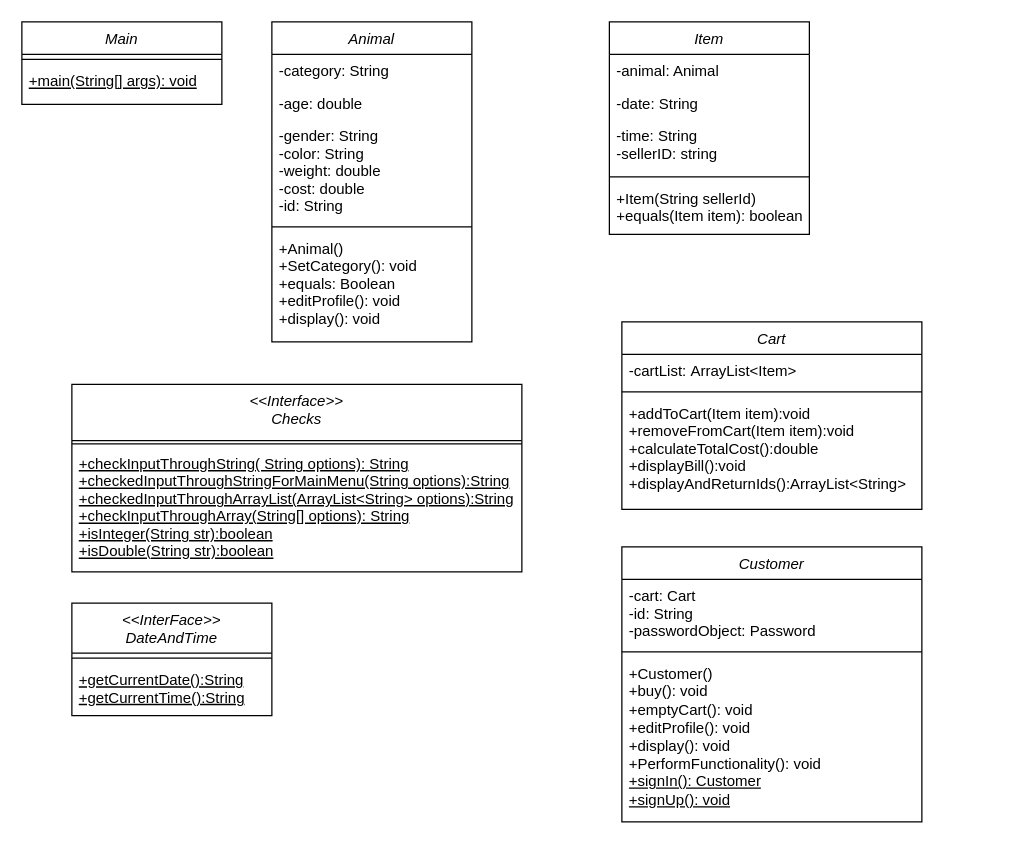
GitoPot/Analys_reflektion keeps this draw.io diagram as Diagram/ Analys_reflektion.drawio. Above is the earlier version. Source tidied: cells renumbered, new cells numbered last; positions are measured from the earlier drawing's top-left corner, leaving out a move shared by most shapes. Both pictures are drawn from the tidied source at 125%, with x=0, y=0 at pixel (21, 21).
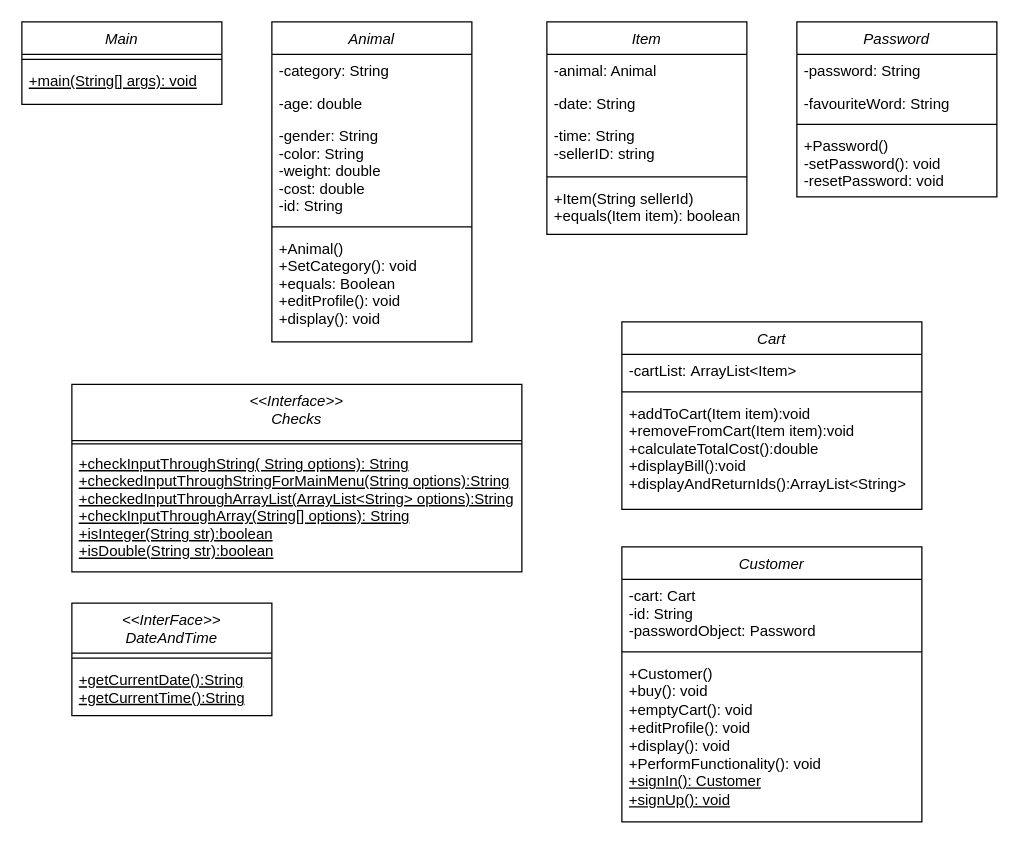
Above is the later version.

The edit, as a diff of the source:
```diff
@@
     <mxCell id="8" value="Item" style="swimlane;fontStyle=2;align=center;verticalAlign=top;horizontal=1;startSize=26;rounded=0;shadow=0;strokeWidth=1;" parent="1" vertex="1">
-      <mxGeometry x="470" width="160" height="170" as="geometry" />
+      <mxGeometry x="420" width="160" height="170" as="geometry" />
     </mxCell>
@@
+    <mxCell id="31" value="Password" style="swimlane;fontStyle=2;align=center;verticalAlign=top;horizontal=1;startSize=26;rounded=0;shadow=0;strokeWidth=1;" parent="1" vertex="1">
+      <mxGeometry x="620" width="160" height="140" as="geometry" />
+    </mxCell>
+    <mxCell id="32" value="-password: String" style="text;align=left;verticalAlign=top;spacingLeft=4;spacingRight=4;overflow=hidden;" parent="31" vertex="1">
+      <mxGeometry y="26" width="160" height="26" as="geometry" />
+    </mxCell>
+    <mxCell id="33" value="-favouriteWord: String" style="text;align=left;verticalAlign=top;spacingLeft=4;spacingRight=4;overflow=hidden;rounded=0;shadow=0;html=0;" parent="31" vertex="1">
+      <mxGeometry y="52" width="160" height="26" as="geometry" />
+    </mxCell>
+    <mxCell id="34" style="line;html=1;strokeWidth=1;align=left;verticalAlign=middle;spacingTop=-1;spacingLeft=3;spacingRight=3;labelPosition=right;" parent="31" vertex="1">
+      <mxGeometry y="78" width="160" height="8" as="geometry" />
+    </mxCell>
+    <mxCell id="35" value="+Password()&#10;-setPassword(): void&#10;-resetPassword: void&#10;" style="text;align=left;verticalAlign=top;spacingLeft=4;spacingRight=4;overflow=hidden;" parent="31" vertex="1">
+      <mxGeometry y="86" width="160" height="42" as="geometry" />
+    </mxCell>
```
